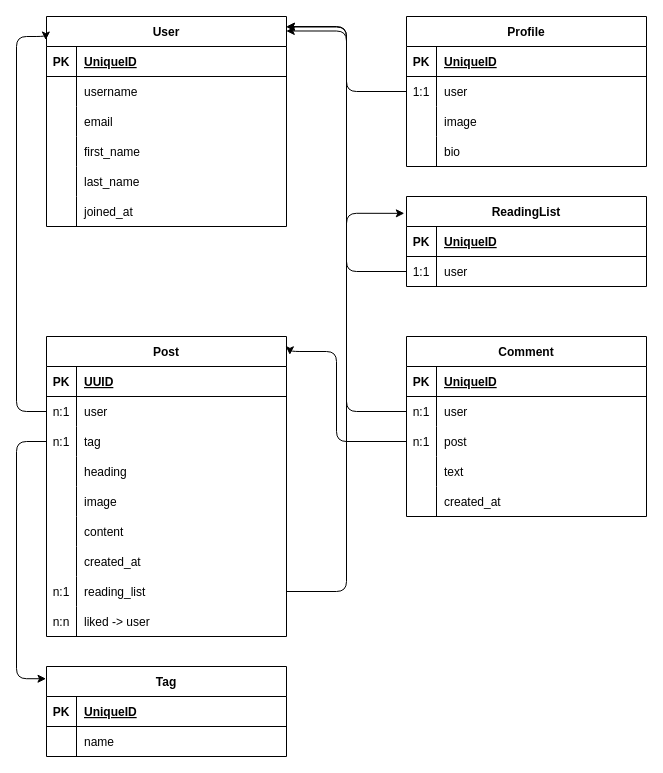
JuliQ89/blog-django-next keeps this draw.io diagram as backend/db-structure.drawio. Above is the earlier version. Source tidied: cells renumbered, new cells numbered last; positions are measured from the earlier drawing's top-left corner, leaving out a move shared by most shapes. Both pictures are drawn from the tidied source at 100%, with x=0, y=0 at pixel (16, 16).
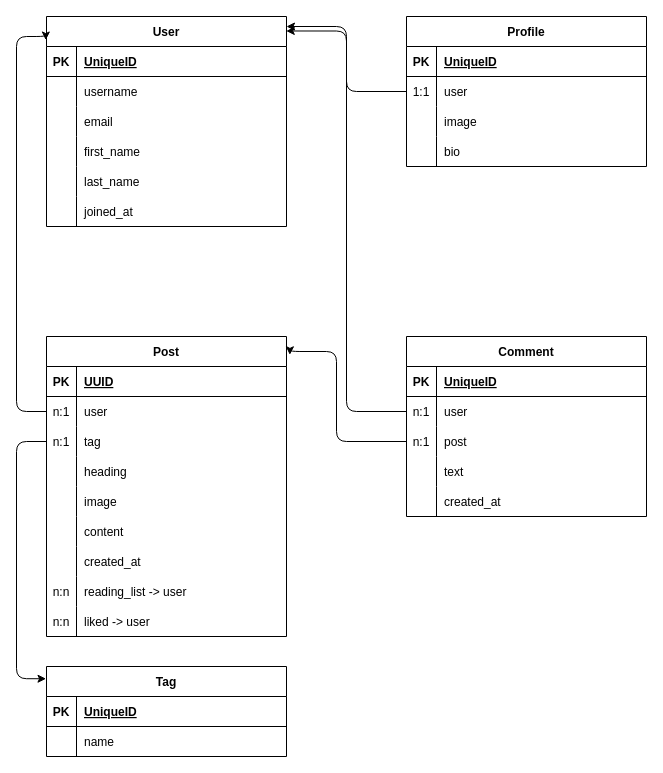
The same diagram, later.

Unchanged cells that the change refers to:
```xml
<mxCell id="2" value="User" style="shape=table;startSize=30;childLayout=tableLayout;rowLines=0;fontStyle=1;align=center;" parent="1" vertex="1">
  <mxGeometry x="30" width="240" height="210" as="geometry" />
</mxCell>
<mxCell id="57" style="shape=tableRow;horizontal=0;startSize=0;swimlaneHead=0;swimlaneBody=0;fillColor=none;points=[[0,0.5],[1,0.5]];portConstraint=eastwest;top=0;left=0;right=0;bottom=0;" parent="35" vertex="1">
  <mxGeometry y="240" width="240" height="30" as="geometry" />
</mxCell>
```

The edit, as a diff of the source:
```diff
@@
-    <mxCell id="58" value="n:1" style="shape=partialRectangle;fillColor=none;top=0;left=0;bottom=0;right=0;overflow=hidden;" parent="57" vertex="1">
+    <mxCell id="58" value="n:n" style="shape=partialRectangle;fillColor=none;top=0;left=0;bottom=0;right=0;overflow=hidden;" parent="57" vertex="1">
       <mxGeometry width="30" height="30" as="geometry" />
     </mxCell>
-    <mxCell id="59" value="reading_list" style="shape=partialRectangle;fillColor=none;top=0;left=0;bottom=0;right=0;align=left;spacingLeft=6;overflow=hidden;" parent="57" vertex="1">
+    <mxCell id="59" value="reading_list -&gt; user" style="shape=partialRectangle;fillColor=none;top=0;left=0;bottom=0;right=0;align=left;spacingLeft=6;overflow=hidden;" parent="57" vertex="1">
       <mxGeometry x="30" width="210" height="30" as="geometry" />
     </mxCell>
@@
-    <mxCell id="90" value="ReadingList" style="shape=table;startSize=30;childLayout=tableLayout;rowLines=0;fontStyle=1;align=center;" parent="1" vertex="1">
-      <mxGeometry x="390" y="180" width="240" height="90" as="geometry" />
-    </mxCell>
-    <mxCell id="91" style="shape=tableRow;horizontal=0;startSize=0;swimlaneHead=0;swimlaneBody=0;fillColor=none;top=0;left=0;right=0;bottom=1;" parent="90" vertex="1">
-      <mxGeometry y="30" width="240" height="30" as="geometry" />
-    </mxCell>
-    <mxCell id="92" value="PK" style="shape=partialRectangle;fillColor=none;top=0;left=0;bottom=0;right=0;fontStyle=1;overflow=hidden;" parent="91" vertex="1">
-      <mxGeometry width="30" height="30" as="geometry" />
-    </mxCell>
-    <mxCell id="93" value="UniqueID" style="shape=partialRectangle;fillColor=none;top=0;left=0;bottom=0;right=0;align=left;spacingLeft=6;fontStyle=5;overflow=hidden;" parent="91" vertex="1">
-      <mxGeometry x="30" width="210" height="30" as="geometry" />
-    </mxCell>
-    <mxCell id="94" style="shape=tableRow;horizontal=0;startSize=0;swimlaneHead=0;swimlaneBody=0;fillColor=none;points=[[0,0.5],[1,0.5]];portConstraint=eastwest;top=0;left=0;right=0;bottom=0;" parent="90" vertex="1">
-      <mxGeometry y="60" width="240" height="30" as="geometry" />
-    </mxCell>
-    <mxCell id="95" value="1:1" style="shape=partialRectangle;fillColor=none;top=0;left=0;bottom=0;right=0;overflow=hidden;" parent="94" vertex="1">
-      <mxGeometry width="30" height="30" as="geometry" />
-    </mxCell>
-    <mxCell id="96" value="user" style="shape=partialRectangle;fillColor=none;top=0;left=0;bottom=0;right=0;align=left;spacingLeft=6;overflow=hidden;" parent="94" vertex="1">
-      <mxGeometry x="30" width="210" height="30" as="geometry" />
-    </mxCell>
-    <mxCell id="97" style="edgeStyle=orthogonalEdgeStyle;html=1;exitX=0;exitY=0.5;exitDx=0;exitDy=0;entryX=0.999;entryY=0.05;entryDx=0;entryDy=0;entryPerimeter=0;" parent="1" edge="1" source="94" target="2">
-      <mxGeometry relative="1" as="geometry" />
-    </mxCell>
@@
-    <mxCell id="99" style="edgeStyle=orthogonalEdgeStyle;html=1;exitX=1;exitY=0.5;exitDx=0;exitDy=0;entryX=-0.009;entryY=0.187;entryDx=0;entryDy=0;entryPerimeter=0;" parent="1" edge="1" source="57" target="90">
-      <mxGeometry relative="1" as="geometry">
-        <Array as="points">
-          <mxPoint x="330" y="575" />
-          <mxPoint x="330" y="197" />
-        </Array>
-      </mxGeometry>
-    </mxCell>
```
